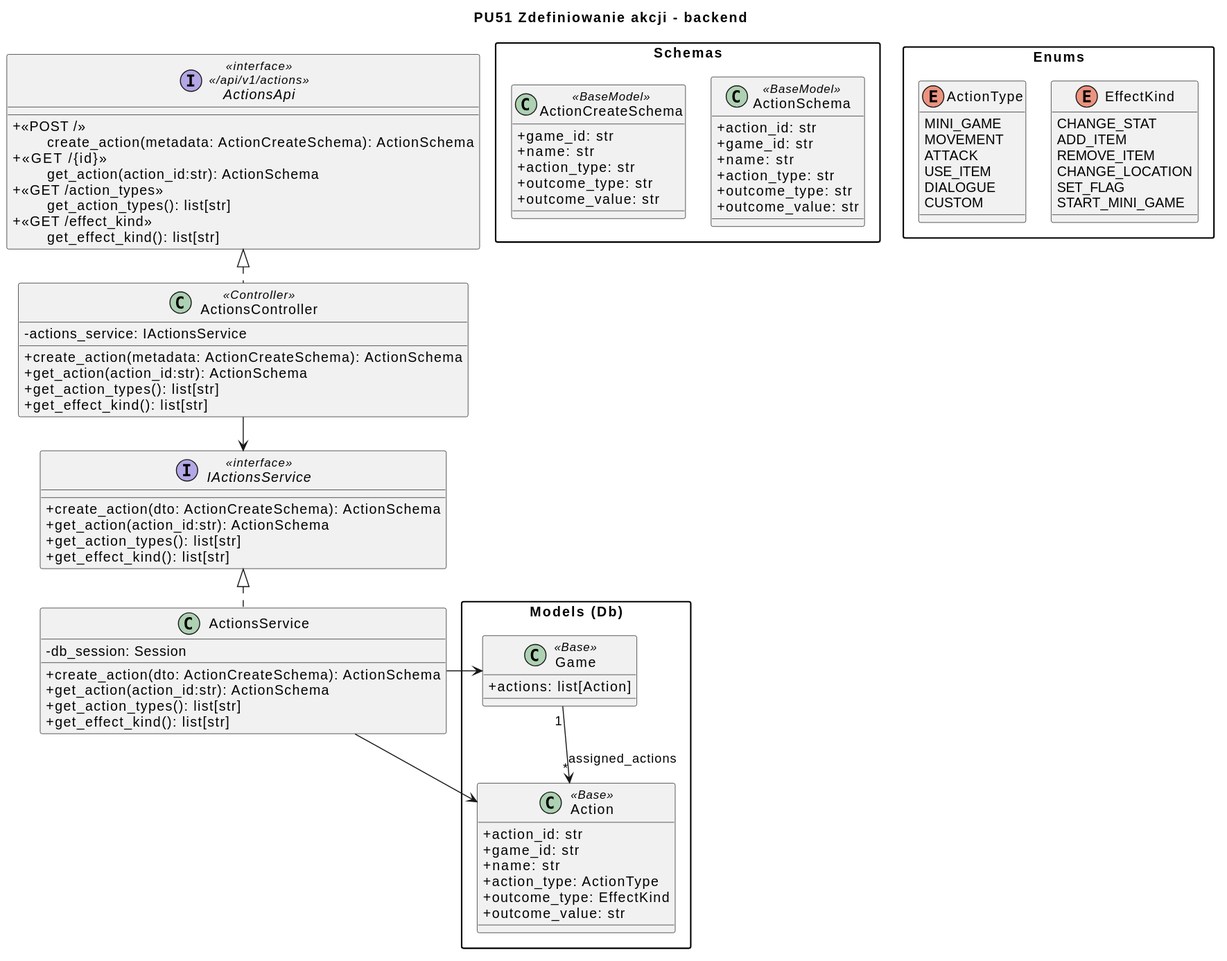
Before: diagrams/backend/rendered/action-definition.svg, a diagram exported from PlantUML (Igor-Ochocki/POP-2026Z).
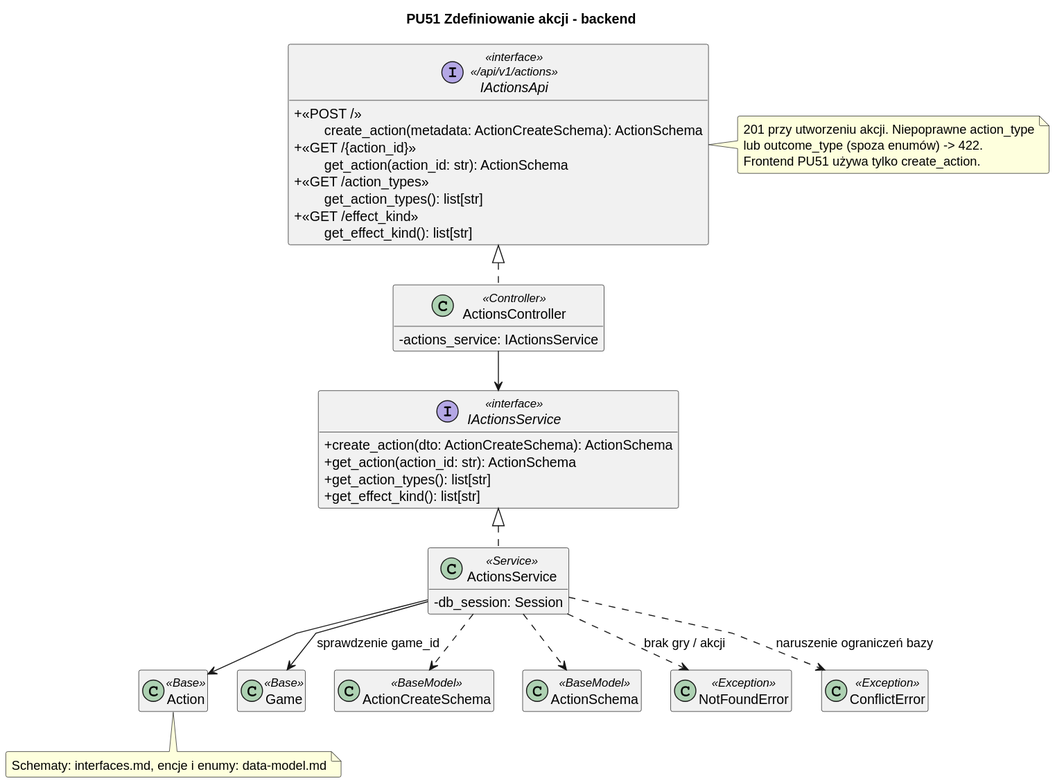
After the change.

Diff of the diagram source:
```diff
@@ -3,106 +3,59 @@
 skinparam packageStyle rectangle
 skinparam shadowing false
 skinparam roundcorner 4
-skinparam nodesep 26
-skinparam ranksep 34
 skinparam linetype polyline
+skinparam nodesep 30
+skinparam ranksep 40
+hide empty members
 
 title PU51 Zdefiniowanie akcji - backend
 
-interface ActionsApi <<interface>>\n<< /api/v1/actions >> {
+interface IActionsApi <<interface>>\n<< /api/v1/actions >> {
     + <<POST / >>\n\tcreate_action(metadata: ActionCreateSchema): ActionSchema
-    + <<GET /{id}>>\n\tget_action(action_id:str): ActionSchema
-    + <<GET /action_types>>\n\tget_action_types(): list[str]
-+ <<GET /effect_kind>>\n\tget_effect_kind(): list[str]
+    + <<GET /{action_id} >>\n\tget_action(action_id: str): ActionSchema
+    + <<GET /action_types >>\n\tget_action_types(): list[str]
+    + <<GET /effect_kind >>\n\tget_effect_kind(): list[str]
 }
 
 class ActionsController <<Controller>> {
     - actions_service: IActionsService
-+ create_action(metadata: ActionCreateSchema): ActionSchema
-+ get_action(action_id:str): ActionSchema
-    + get_action_types(): list[str]
-+ get_effect_kind(): list[str]
 }
 
 interface IActionsService <<interface>> {
-+ create_action(dto: ActionCreateSchema): ActionSchema
-+ get_action(action_id:str): ActionSchema
+    + create_action(dto: ActionCreateSchema): ActionSchema
+    + get_action(action_id: str): ActionSchema
     + get_action_types(): list[str]
-+ get_effect_kind(): list[str]
-
+    + get_effect_kind(): list[str]
 }
 
-class ActionsService {
+class ActionsService <<Service>> {
     - db_session: Session
-+ create_action(dto: ActionCreateSchema): ActionSchema
-+ get_action(action_id:str): ActionSchema
-    + get_action_types(): list[str]
-+ get_effect_kind(): list[str]
 }
 
-package "Schemas" {
-    class ActionCreateSchema <<BaseModel>> {
-+ game_id: str
-+ name: str
-+ action_type: str
-+ outcome_type: str
-+ outcome_value: str
-    }
-    class ActionSchema <<BaseModel>>{
-    + action_id: str
-    + game_id: str
-    + name: str
-    + action_type: str
-    + outcome_type: str
-    + outcome_value: str
-    }
-}
+class Action <<Base>>
+class Game <<Base>>
+class ActionCreateSchema <<BaseModel>>
+class ActionSchema <<BaseModel>>
+class NotFoundError <<Exception>>
+class ConflictError <<Exception>>
 
-package "Models (Db)" as models {
-    class Game <<Base>> {
-        + actions: list[Action]
-    }
+ActionsController .u.|> IActionsApi
+ActionsController --> IActionsService
+ActionsService .u.|> IActionsService
+ActionsService --> Action
+ActionsService --> Game : sprawdzenie game_id
+ActionsService ..> ActionCreateSchema
+ActionsService ..> ActionSchema
+ActionsService ..> NotFoundError : brak gry / akcji
+ActionsService ..> ConflictError : naruszenie ograniczeń bazy
 
-    class Action <<Base>> {
-    + action_id: str
-        + game_id: str
-+ name: str
-+ action_type: ActionType
-+ outcome_type: EffectKind
-+ outcome_value: str
-    }
-}
+note right of IActionsApi
+    201 przy utworzeniu akcji. Niepoprawne action_type
+    lub outcome_type (spoza enumów) -> 422.
+    Frontend PU51 używa tylko create_action.
+end note
 
-package "Enums"{
-    enum ActionType {
-      MINI_GAME
-MOVEMENT
-ATTACK
-USE_ITEM
-DIALOGUE
-CUSTOM
-    }
-
-    enum EffectKind {
-CHANGE_STAT
-ADD_ITEM
-REMOVE_ITEM
-CHANGE_LOCATION
-SET_FLAG
-START_MINI_GAME
-    }
-}
-
-ActionsService .up.|> IActionsService
-ActionsController .up.|> ActionsApi
-
-ActionsService -right-> Game
-ActionsService -right-> Action
-
-
-ActionsController --> IActionsService
-
-
-
-Game "1" --> "*" Action : assigned_actions
+note bottom of Action
+    Schematy: interfaces.md, encje i enumy: data-model.md
+end note
 @enduml
```
